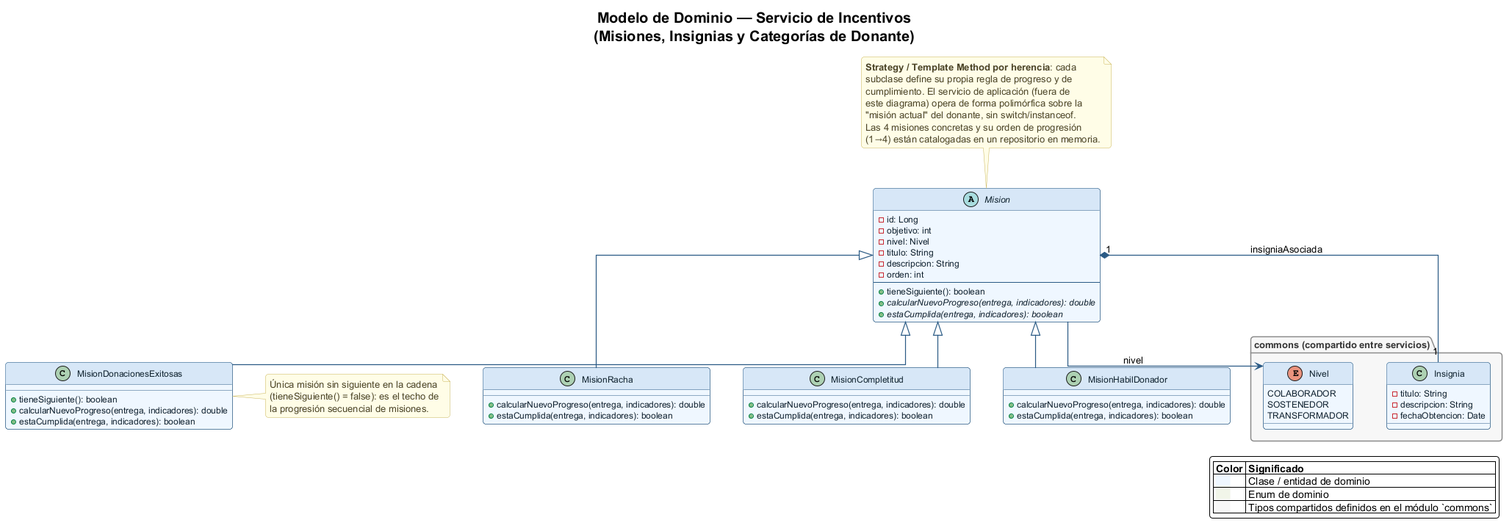
The PlantUML diagram docs/uml/domain/incentivos.png in aholman-utn/donatrack, before a commit. Its diagram source:
```plantuml
@startuml incentivos
!include ../_style.puml

title Modelo de Dominio — Servicio de Incentivos\n(Misiones, Insignias y Categorías de Donante)

abstract class Mision {
    -id: Long
    -objetivo: int
    -nivel: Nivel
    -titulo: String
    -descripcion: String
    -orden: int
    --
    +tieneSiguiente(): boolean
    +{abstract} calcularNuevoProgreso(entrega, indicadores): double
    +{abstract} estaCumplida(entrega, indicadores): boolean
}

class MisionRacha extends Mision {
    +calcularNuevoProgreso(entrega, indicadores): double
    +estaCumplida(entrega, indicadores): boolean
}

class MisionCompletitud extends Mision {
    +calcularNuevoProgreso(entrega, indicadores): double
    +estaCumplida(entrega, indicadores): boolean
}

class MisionHabilDonador extends Mision {
    +calcularNuevoProgreso(entrega, indicadores): double
    +estaCumplida(entrega, indicadores): boolean
}

class MisionDonacionesExitosas extends Mision {
    +tieneSiguiente(): boolean
    +calcularNuevoProgreso(entrega, indicadores): double
    +estaCumplida(entrega, indicadores): boolean
}

note top of Mision
    **Strategy / Template Method por herencia**: cada
    subclase define su propia regla de progreso y de
    cumplimiento. El servicio de aplicación (fuera de
    este diagrama) opera de forma polimórfica sobre la
    "misión actual" del donante, sin switch/instanceof.
    Las 4 misiones concretas y su orden de progresión
    (1→4) están catalogadas en un repositorio en memoria.
end note

note right of MisionDonacionesExitosas
    Única misión sin siguiente en la cadena
    (tieneSiguiente() = false): es el techo de
    la progresión secuencial de misiones.
end note

package "commons (compartido entre servicios)" #F7F7F7 {
    class Insignia {
        -titulo: String
        -descripcion: String
        -fechaObtencion: Date
    }

    enum Nivel {
        COLABORADOR
        SOSTENEDOR
        TRANSFORMADOR
    }
}

Mision "1" *-- "1" Insignia : insigniaAsociada
Mision --> Nivel : nivel

legend right
    |= Color |= Significado |
    | <back:#EFF6FF>     </back> | Clase / entidad de dominio |
    | <back:#F1F4E8>     </back> | Enum de dominio |
    | <back:#F7F7F7>     </back> | Tipos compartidos definidos en el módulo `commons` |
endlegend

@enduml
```
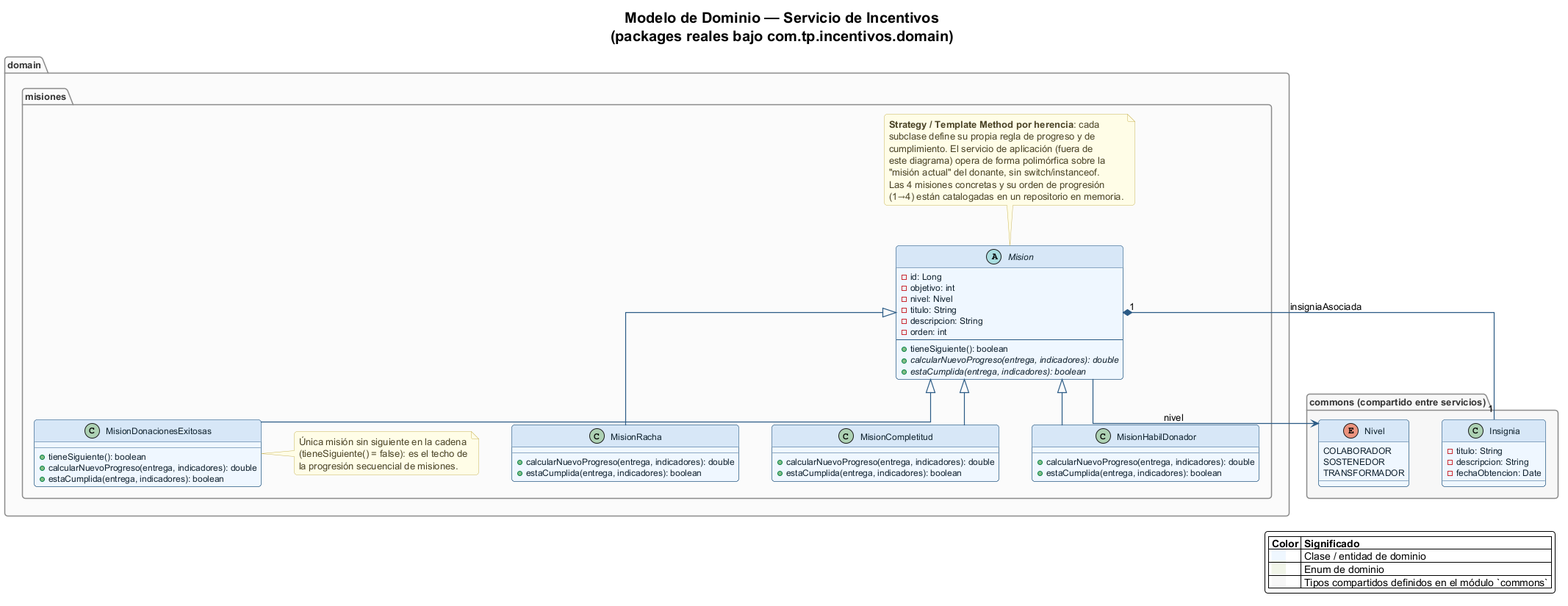
The same file after the commit.

Commit message:
estructura package bien definida para los uml

What changed in the source:
```diff
@@ -1,57 +1,59 @@
 @startuml incentivos
 !include ../_style.puml
 
-title Modelo de Dominio — Servicio de Incentivos\n(Misiones, Insignias y Categorías de Donante)
+title Modelo de Dominio — Servicio de Incentivos\n(packages reales bajo com.tp.incentivos.domain)
 
-abstract class Mision {
-    -id: Long
-    -objetivo: int
-    -nivel: Nivel
-    -titulo: String
-    -descripcion: String
-    -orden: int
-    --
-    +tieneSiguiente(): boolean
-    +{abstract} calcularNuevoProgreso(entrega, indicadores): double
-    +{abstract} estaCumplida(entrega, indicadores): boolean
+package "domain.misiones" {
+    abstract class Mision {
+        -id: Long
+        -objetivo: int
+        -nivel: Nivel
+        -titulo: String
+        -descripcion: String
+        -orden: int
+        --
+        +tieneSiguiente(): boolean
+        +{abstract} calcularNuevoProgreso(entrega, indicadores): double
+        +{abstract} estaCumplida(entrega, indicadores): boolean
+    }
+
+    class MisionRacha extends Mision {
+        +calcularNuevoProgreso(entrega, indicadores): double
+        +estaCumplida(entrega, indicadores): boolean
+    }
+
+    class MisionCompletitud extends Mision {
+        +calcularNuevoProgreso(entrega, indicadores): double
+        +estaCumplida(entrega, indicadores): boolean
+    }
+
+    class MisionHabilDonador extends Mision {
+        +calcularNuevoProgreso(entrega, indicadores): double
+        +estaCumplida(entrega, indicadores): boolean
+    }
+
+    class MisionDonacionesExitosas extends Mision {
+        +tieneSiguiente(): boolean
+        +calcularNuevoProgreso(entrega, indicadores): double
+        +estaCumplida(entrega, indicadores): boolean
+    }
+
+    note top of Mision
+        **Strategy / Template Method por herencia**: cada
+        subclase define su propia regla de progreso y de
+        cumplimiento. El servicio de aplicación (fuera de
+        este diagrama) opera de forma polimórfica sobre la
+        "misión actual" del donante, sin switch/instanceof.
+        Las 4 misiones concretas y su orden de progresión
+        (1→4) están catalogadas en un repositorio en memoria.
+    end note
+
+    note right of MisionDonacionesExitosas
+        Única misión sin siguiente en la cadena
+        (tieneSiguiente() = false): es el techo de
+        la progresión secuencial de misiones.
+    end note
 }
-
-class MisionRacha extends Mision {
-    +calcularNuevoProgreso(entrega, indicadores): double
-    +estaCumplida(entrega, indicadores): boolean
-}
-
-class MisionCompletitud extends Mision {
-    +calcularNuevoProgreso(entrega, indicadores): double
-    +estaCumplida(entrega, indicadores): boolean
-}
-
-class MisionHabilDonador extends Mision {
-    +calcularNuevoProgreso(entrega, indicadores): double
-    +estaCumplida(entrega, indicadores): boolean
-}
-
-class MisionDonacionesExitosas extends Mision {
-    +tieneSiguiente(): boolean
-    +calcularNuevoProgreso(entrega, indicadores): double
-    +estaCumplida(entrega, indicadores): boolean
-}
-
-note top of Mision
-    **Strategy / Template Method por herencia**: cada
-    subclase define su propia regla de progreso y de
-    cumplimiento. El servicio de aplicación (fuera de
-    este diagrama) opera de forma polimórfica sobre la
-    "misión actual" del donante, sin switch/instanceof.
-    Las 4 misiones concretas y su orden de progresión
-    (1→4) están catalogadas en un repositorio en memoria.
-end note
-
-note right of MisionDonacionesExitosas
-    Única misión sin siguiente en la cadena
-    (tieneSiguiente() = false): es el techo de
-    la progresión secuencial de misiones.
-end note
 
 package "commons (compartido entre servicios)" #F7F7F7 {
     class Insignia {
```
